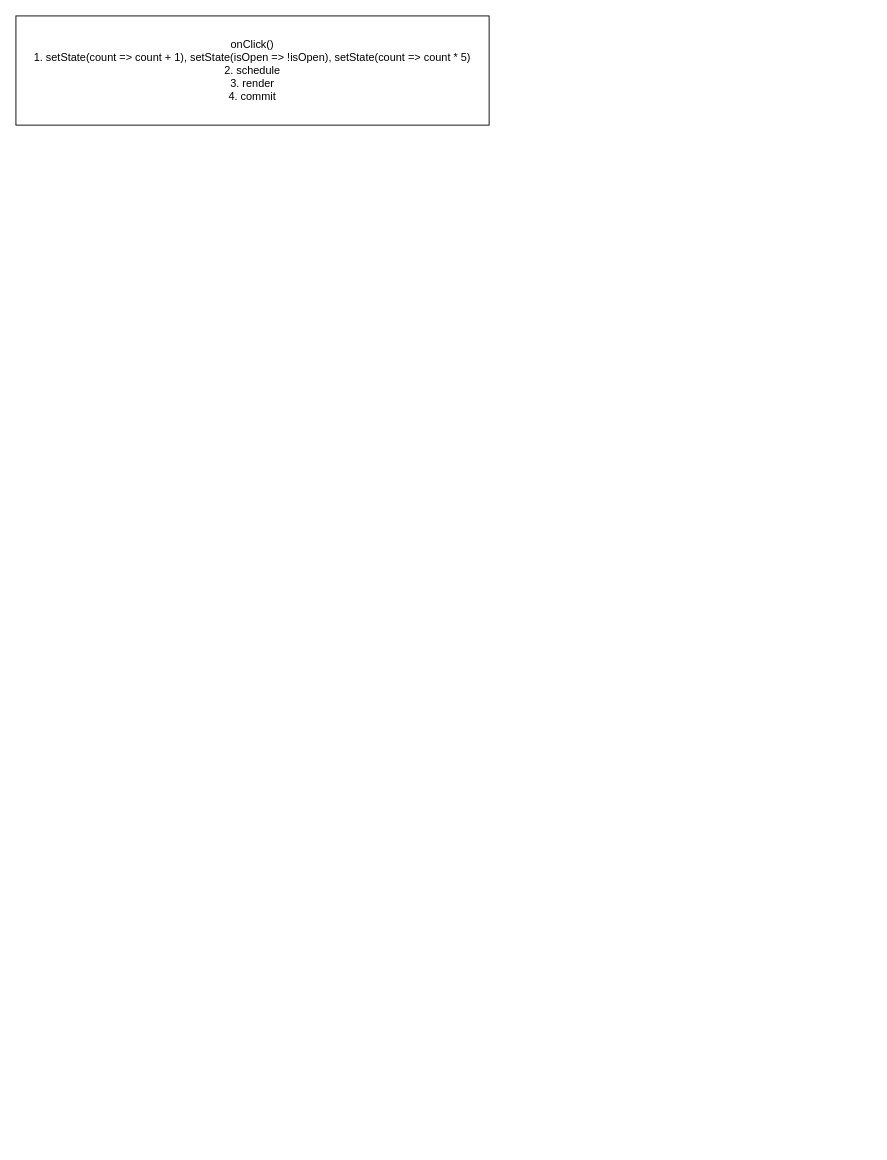
Before: page "onClick()" (5 of 7) of React Internal.drawio in binh-nguyen-dev/practice-git-github, a draw.io diagram. Source tidied: cells renumbered, new cells numbered last; positions are measured from the earlier drawing's top-left corner, leaving out a move shared by most shapes. Both pictures are drawn from the tidied source at 91%, with x=0, y=0 at pixel (15, 15).
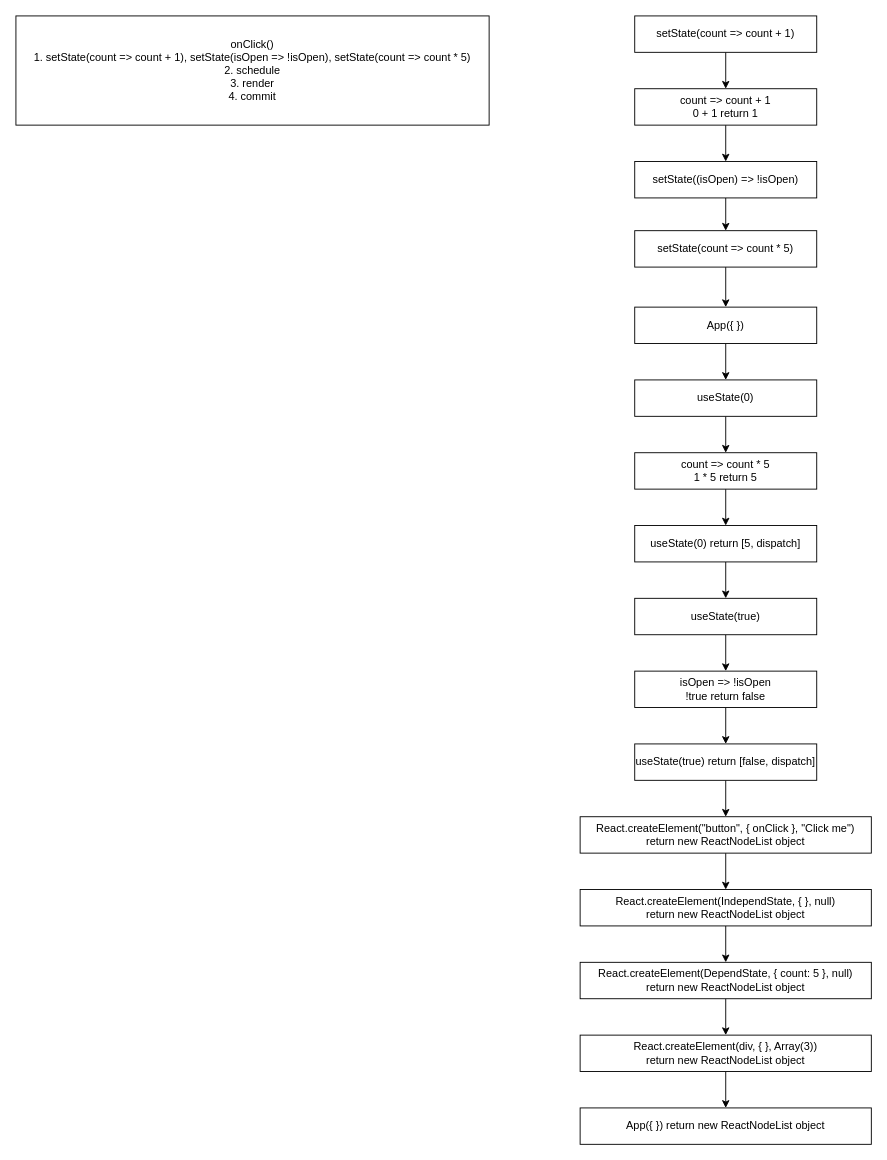
The same diagram, later.

The edit, as a diff of the source:
```diff
@@
+    <mxCell id="3" style="edgeStyle=orthogonalEdgeStyle;rounded=0;jettySize=auto;html=1;exitX=0.5;exitY=1;exitDx=0;exitDy=0;entryX=0.5;entryY=0;entryDx=0;entryDy=0;" parent="1" edge="1" source="4" target="6">
+      <mxGeometry relative="1" as="geometry" />
+    </mxCell>
+    <mxCell id="4" value="setState(count =&amp;gt; count + 1)" style="whiteSpace=wrap;html=1;" parent="1" vertex="1">
+      <mxGeometry x="680" width="200" height="40" as="geometry" />
+    </mxCell>
+    <mxCell id="5" style="edgeStyle=orthogonalEdgeStyle;rounded=0;jettySize=auto;html=1;exitX=0.5;exitY=1;exitDx=0;exitDy=0;entryX=0.5;entryY=0;entryDx=0;entryDy=0;" parent="1" edge="1" source="6" target="8">
+      <mxGeometry relative="1" as="geometry" />
+    </mxCell>
+    <mxCell id="6" value="count =&amp;gt; count + 1&lt;div&gt;&lt;span style=&quot;background-color: initial;&quot;&gt;0 + 1 return 1&lt;/span&gt;&lt;/div&gt;" style="whiteSpace=wrap;html=1;" parent="1" vertex="1">
+      <mxGeometry x="680" y="80" width="200" height="40" as="geometry" />
+    </mxCell>
+    <mxCell id="7" style="edgeStyle=orthogonalEdgeStyle;rounded=0;jettySize=auto;html=1;exitX=0.5;exitY=1;exitDx=0;exitDy=0;entryX=0.5;entryY=0;entryDx=0;entryDy=0;" parent="1" edge="1" source="8" target="10">
+      <mxGeometry relative="1" as="geometry" />
+    </mxCell>
+    <mxCell id="8" value="setState((isOpen) =&amp;gt; !isOpen)" style="whiteSpace=wrap;html=1;" parent="1" vertex="1">
+      <mxGeometry x="680" y="160" width="200" height="40" as="geometry" />
+    </mxCell>
+    <mxCell id="9" style="edgeStyle=orthogonalEdgeStyle;rounded=0;jettySize=auto;html=1;exitX=0.5;exitY=1;exitDx=0;exitDy=0;" parent="1" edge="1" source="10" target="12">
+      <mxGeometry relative="1" as="geometry" />
+    </mxCell>
+    <mxCell id="10" value="setState(count =&amp;gt; count * 5&lt;span style=&quot;background-color: initial;&quot;&gt;)&lt;/span&gt;" style="whiteSpace=wrap;html=1;" parent="1" vertex="1">
+      <mxGeometry x="680" y="236" width="200" height="40" as="geometry" />
+    </mxCell>
+    <mxCell id="11" style="edgeStyle=orthogonalEdgeStyle;rounded=0;jettySize=auto;html=1;exitX=0.5;exitY=1;exitDx=0;exitDy=0;entryX=0.5;entryY=0;entryDx=0;entryDy=0;" parent="1" edge="1" source="12" target="14">
+      <mxGeometry relative="1" as="geometry" />
+    </mxCell>
+    <mxCell id="12" value="App({ })" style="whiteSpace=wrap;html=1;" parent="1" vertex="1">
+      <mxGeometry x="680" y="320" width="200" height="40" as="geometry" />
+    </mxCell>
+    <mxCell id="13" style="edgeStyle=orthogonalEdgeStyle;rounded=0;jettySize=auto;html=1;exitX=0.5;exitY=1;exitDx=0;exitDy=0;entryX=0.5;entryY=0;entryDx=0;entryDy=0;" parent="1" edge="1" source="14" target="16">
+      <mxGeometry relative="1" as="geometry" />
+    </mxCell>
+    <mxCell id="14" value="useState(0)" style="whiteSpace=wrap;html=1;" parent="1" vertex="1">
+      <mxGeometry x="680" y="400" width="200" height="40" as="geometry" />
+    </mxCell>
+    <mxCell id="15" style="edgeStyle=orthogonalEdgeStyle;rounded=0;jettySize=auto;html=1;exitX=0.5;exitY=1;exitDx=0;exitDy=0;entryX=0.5;entryY=0;entryDx=0;entryDy=0;" parent="1" edge="1" source="16" target="18">
+      <mxGeometry relative="1" as="geometry" />
+    </mxCell>
+    <mxCell id="16" value="count =&amp;gt; count * 5&lt;div&gt;&lt;span style=&quot;background-color: initial;&quot;&gt;1 * 5 return 5&lt;/span&gt;&lt;/div&gt;" style="whiteSpace=wrap;html=1;" parent="1" vertex="1">
+      <mxGeometry x="680" y="480" width="200" height="40" as="geometry" />
+    </mxCell>
+    <mxCell id="17" style="edgeStyle=orthogonalEdgeStyle;rounded=0;jettySize=auto;html=1;exitX=0.5;exitY=1;exitDx=0;exitDy=0;entryX=0.5;entryY=0;entryDx=0;entryDy=0;" parent="1" edge="1" source="18" target="20">
+      <mxGeometry relative="1" as="geometry" />
+    </mxCell>
+    <mxCell id="18" value="useState(0) return [5, dispatch]" style="whiteSpace=wrap;html=1;" parent="1" vertex="1">
+      <mxGeometry x="680" y="560" width="200" height="40" as="geometry" />
+    </mxCell>
+    <mxCell id="19" style="edgeStyle=orthogonalEdgeStyle;rounded=0;jettySize=auto;html=1;exitX=0.5;exitY=1;exitDx=0;exitDy=0;" parent="1" edge="1" source="20" target="22">
+      <mxGeometry relative="1" as="geometry" />
+    </mxCell>
+    <mxCell id="20" value="useState(true)" style="whiteSpace=wrap;html=1;" parent="1" vertex="1">
+      <mxGeometry x="680" y="640" width="200" height="40" as="geometry" />
+    </mxCell>
+    <mxCell id="21" style="edgeStyle=orthogonalEdgeStyle;rounded=0;jettySize=auto;html=1;exitX=0.5;exitY=1;exitDx=0;exitDy=0;entryX=0.5;entryY=0;entryDx=0;entryDy=0;" parent="1" edge="1" source="22" target="24">
+      <mxGeometry relative="1" as="geometry" />
+    </mxCell>
+    <mxCell id="22" value="isOpen =&amp;gt; !isOpen&lt;div&gt;&lt;span style=&quot;background-color: initial;&quot;&gt;!true return false&lt;/span&gt;&lt;/div&gt;" style="whiteSpace=wrap;html=1;" parent="1" vertex="1">
+      <mxGeometry x="680" y="720" width="200" height="40" as="geometry" />
+    </mxCell>
+    <mxCell id="23" style="edgeStyle=orthogonalEdgeStyle;rounded=0;jettySize=auto;html=1;exitX=0.5;exitY=1;exitDx=0;exitDy=0;entryX=0.5;entryY=0;entryDx=0;entryDy=0;" parent="1" edge="1" source="24" target="26">
+      <mxGeometry relative="1" as="geometry" />
+    </mxCell>
+    <mxCell id="24" value="useState(true) return [false, dispatch]" style="whiteSpace=wrap;html=1;" parent="1" vertex="1">
+      <mxGeometry x="680" y="800" width="200" height="40" as="geometry" />
+    </mxCell>
+    <mxCell id="25" style="edgeStyle=orthogonalEdgeStyle;rounded=0;jettySize=auto;html=1;exitX=0.5;exitY=1;exitDx=0;exitDy=0;" parent="1" edge="1" source="26" target="28">
+      <mxGeometry relative="1" as="geometry" />
+    </mxCell>
+    <mxCell id="26" value="React.createElement(&quot;button&quot;, { onClick }, &quot;Click me&quot;)&lt;div&gt;return new ReactNodeList object&lt;/div&gt;" style="whiteSpace=wrap;html=1;" parent="1" vertex="1">
+      <mxGeometry x="620" y="880" width="320" height="40" as="geometry" />
+    </mxCell>
+    <mxCell id="27" style="edgeStyle=orthogonalEdgeStyle;rounded=0;jettySize=auto;html=1;exitX=0.5;exitY=1;exitDx=0;exitDy=0;entryX=0.5;entryY=0;entryDx=0;entryDy=0;" parent="1" edge="1" source="28" target="30">
+      <mxGeometry relative="1" as="geometry" />
+    </mxCell>
+    <mxCell id="28" value="React.createElement(IndependState, { }, null)&lt;div&gt;return new ReactNodeList object&lt;/div&gt;" style="whiteSpace=wrap;html=1;" parent="1" vertex="1">
+      <mxGeometry x="620" y="960" width="320" height="40" as="geometry" />
+    </mxCell>
+    <mxCell id="29" style="edgeStyle=orthogonalEdgeStyle;rounded=0;jettySize=auto;html=1;exitX=0.5;exitY=1;exitDx=0;exitDy=0;entryX=0.5;entryY=0;entryDx=0;entryDy=0;" parent="1" edge="1" source="30" target="32">
+      <mxGeometry relative="1" as="geometry" />
+    </mxCell>
+    <mxCell id="30" value="React.createElement(DependState, { count: 5 }, null)&lt;div&gt;return new ReactNodeList object&lt;/div&gt;" style="whiteSpace=wrap;html=1;" parent="1" vertex="1">
+      <mxGeometry x="620" y="1040" width="320" height="40" as="geometry" />
+    </mxCell>
+    <mxCell id="31" style="edgeStyle=orthogonalEdgeStyle;rounded=0;jettySize=auto;html=1;exitX=0.5;exitY=1;exitDx=0;exitDy=0;entryX=0.5;entryY=0;entryDx=0;entryDy=0;" parent="1" edge="1" source="32" target="33">
+      <mxGeometry relative="1" as="geometry" />
+    </mxCell>
+    <mxCell id="32" value="React.createElement(div, { }, Array(3))&lt;div&gt;return new ReactNodeList object&lt;/div&gt;" style="whiteSpace=wrap;html=1;" parent="1" vertex="1">
+      <mxGeometry x="620" y="1120" width="320" height="40" as="geometry" />
+    </mxCell>
+    <mxCell id="33" value="&lt;div&gt;&lt;span style=&quot;background-color: initial;&quot;&gt;App({ })&amp;nbsp;&lt;/span&gt;return new ReactNodeList object&lt;/div&gt;" style="whiteSpace=wrap;html=1;" parent="1" vertex="1">
+      <mxGeometry x="620" y="1200" width="320" height="40" as="geometry" />
+    </mxCell>
```
